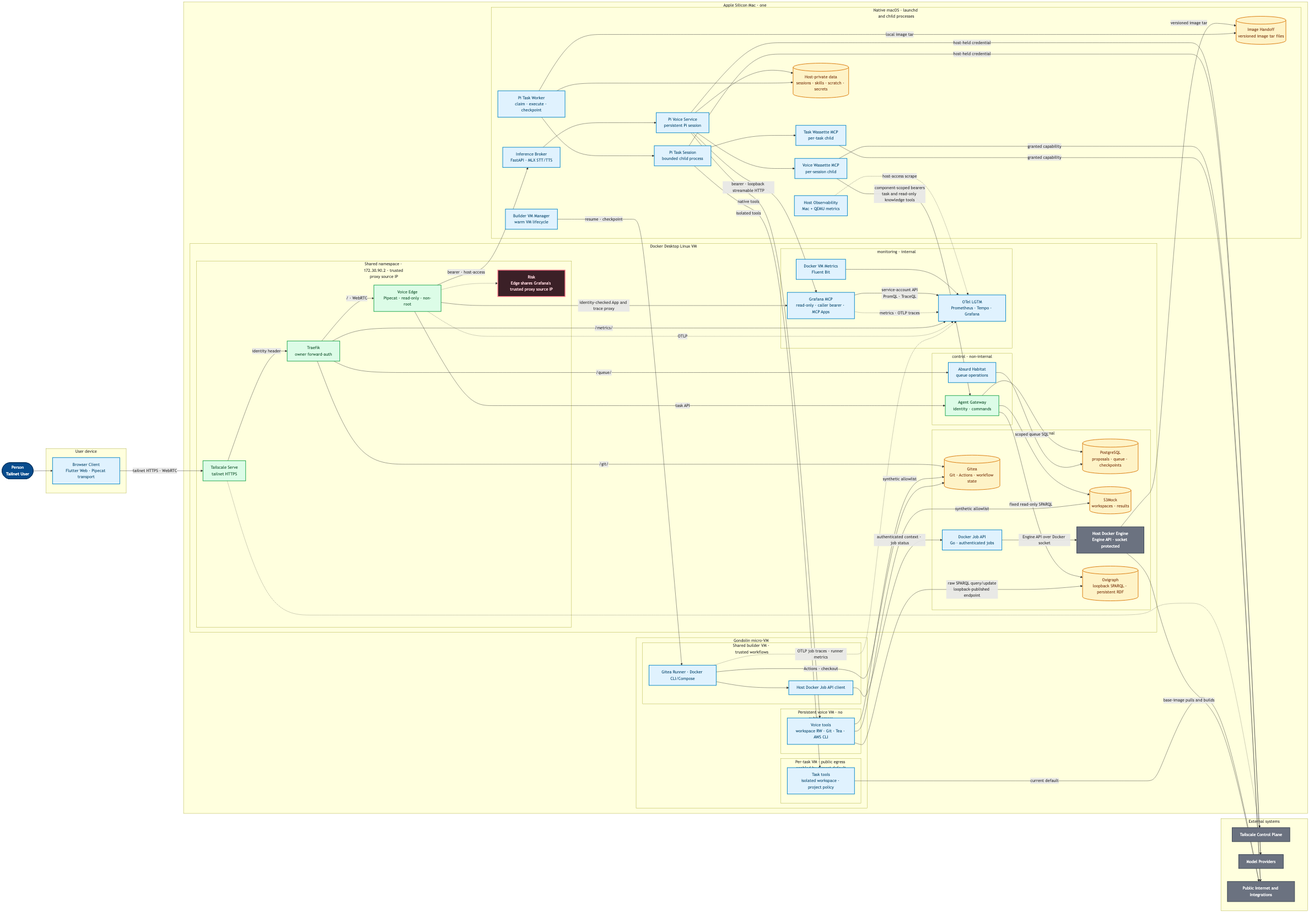
Before: products/voice-agent/docs/architecture/deployment-security.png, a diagram exported from Mermaid (ragavsathish/agent-workload-platform). Its source is kept beside it as products/voice-agent/docs/architecture/deployment-security.mmd.
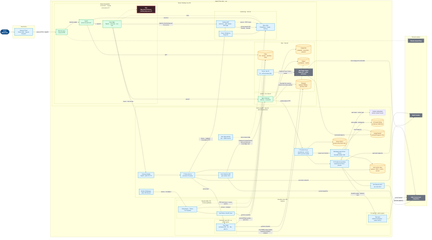
Later version of the same file.

The edit, as a diff of the source:
```diff
@@ -23,11 +23,10 @@
 
             subgraph CONTROL_NET["control · non-internal"]
                 GATEWAY["Agent Gateway<br/>identity · commands"]
-                HABITAT["Absurd Habitat<br/>queue operations"]
             end
 
             subgraph DATA_NET["data · internal"]
-                POSTGRES[("PostgreSQL<br/>proposals · queue · checkpoints")]
+                POSTGRES[("PostgreSQL<br/>proposals · song state · progress")]
                 S3[("S3Mock<br/>workspaces · results")]
                 GITEA[("Gitea<br/>Git · Actions · workflow state")]
                 DOCKER_JOB_API["Docker Job API<br/>Go · authenticated jobs"]
@@ -48,9 +47,7 @@
             EDGE -->|"identity-checked App and trace proxy"| GRAFANA_MCP
             GATEWAY --> POSTGRES
             GATEWAY --> S3
-            GATEWAY -->|"fixed read-only SPARQL"| OXIGRAPH
-            HABITAT -->|"scoped queue SQL"| POSTGRES
-            ROUTER -->|"/queue/"| HABITAT
+            GATEWAY -->|"bounded fact queries<br/>journal and review updates"| OXIGRAPH
             ROUTER -->|"/git/"| GITEA
             ROUTER -->|"/metrics/"| OTEL
             EDGE -.->|"OTLP"| OTEL
@@ -60,8 +57,12 @@
             direction TB
             BROKER["Inference Broker<br/>FastAPI · MLX STT/TTS"]
             PI["Pi Voice Service<br/>persistent Pi session"]
-            WORKER["Pi Task Worker<br/>claim · execute · checkpoint"]
-            TASK_PI["Pi Task Session<br/>bounded child process"]
+            WORKER["Workspace and Artifact Effects<br/>bounded Python child"]
+            OWNER["Pi Durable Owner<br/>one Harness · private HTTP and Unix socket"]
+            OWNER_STORE[("Owner SQLite<br/>private native task state")]
+            TASK_PI["Pi Durable Conversation<br/>owned by the Owner process"]
+            HOST_TASK_TOOLS["Durable CodingTools<br/>worker account access"]
+            TASK_STORE[("Pi Durable SQLite<br/>private per-task state")]
             BUILDER_MANAGER["Builder VM Manager<br/>warm VM lifecycle"]
             IMAGE_HANDOFF[("Image Handoff<br/>versioned image tar files")]
             VOICE_WASSETTE["Voice Wassette MCP<br/>per-session child"]
@@ -71,8 +72,12 @@
 
             BROKER --> PI
             PI --> RUNTIME
+            GATEWAY -->|"private bearer HTTP"| OWNER
+            OWNER -->|"prepare and capture"| WORKER
             WORKER --> RUNTIME
-            WORKER --> TASK_PI
+            OWNER --> TASK_PI
+            OWNER --> OWNER_STORE
+            TASK_PI -->|"both modes · checkpoints"| TASK_STORE
             PI --> VOICE_WASSETTE
             TASK_PI --> TASK_WASSETTE
             PI -->|"bearer · loopback streamable HTTP"| GRAFANA_MCP
@@ -96,7 +101,8 @@
         EDGE -->|"bearer · host-access"| BROKER
         VOICE_WASSETTE -->|"component-scoped bearers<br/>task and read-only knowledge tools"| GATEWAY
         PI -->|"native tools"| VOICE_TOOLS
-        TASK_PI -->|"isolated tools"| TASK_TOOLS
+        TASK_PI -->|"Gondolin mode · isolated tools"| TASK_TOOLS
+        TASK_PI -->|"host mode · native tools"| HOST_TASK_TOOLS
         BUILDER_MANAGER -->|"resume · checkpoint"| RUNNER
         VOICE_TOOLS -->|"synthetic allowlist"| GITEA
         VOICE_TOOLS -->|"synthetic allowlist"| S3
@@ -134,7 +140,7 @@
     classDef data fill:#fef3c7,color:#78350f,stroke:#d97706,stroke-width:2px;
     class USER person;
     class CONTROL,MODELS,INTERNET,HOST_DOCKER external;
-    class BROWSER,BROKER,PI,WORKER,TASK_PI,BUILDER_MANAGER,VOICE_WASSETTE,TASK_WASSETTE,HOST_METRICS,VOICE_TOOLS,TASK_TOOLS,RUNNER,CLIENT,DOCKER_JOB_API,HABITAT,DOCKER_METRICS,OTEL,GRAFANA_MCP runtime;
+    class BROWSER,BROKER,PI,WORKER,OWNER,TASK_PI,BUILDER_MANAGER,VOICE_WASSETTE,TASK_WASSETTE,HOST_METRICS,VOICE_TOOLS,TASK_TOOLS,RUNNER,CLIENT,DOCKER_JOB_API,DOCKER_METRICS,OTEL,GRAFANA_MCP runtime;
     class INGRESS,ROUTER,EDGE,GATEWAY security;
     class TRUST_RISK warning;
-    class POSTGRES,S3,GITEA,OXIGRAPH,RUNTIME,IMAGE_HANDOFF data;
+    class POSTGRES,S3,GITEA,OXIGRAPH,RUNTIME,IMAGE_HANDOFF,TASK_STORE,OWNER_STORE data;
```
